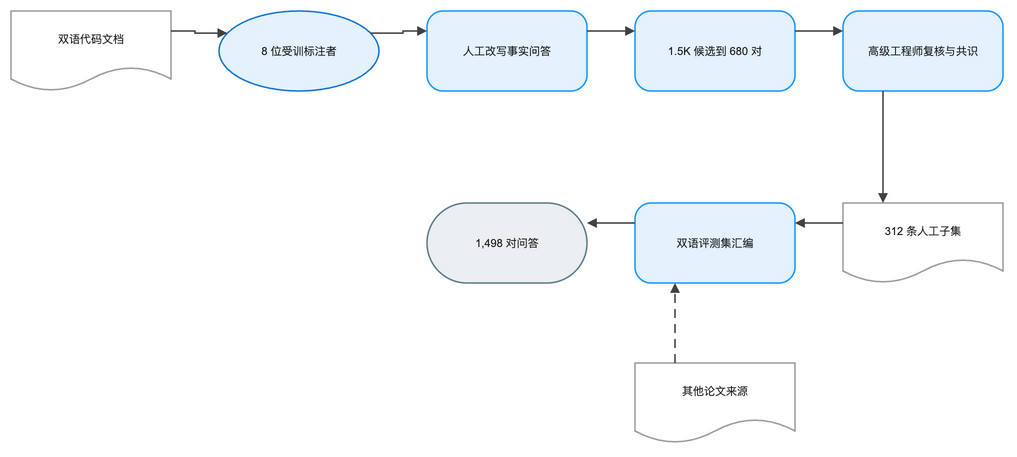
Before: client/public/drawio/CodeSimpleQA/CodeSimpleQA.zh.png, a diagram exported from draw.io (joe1chief/benchmark-hub). Source tidied: cells renumbered, new cells last; positions are measured from the earlier drawing's top-left corner, leaving out a move shared by most shapes.
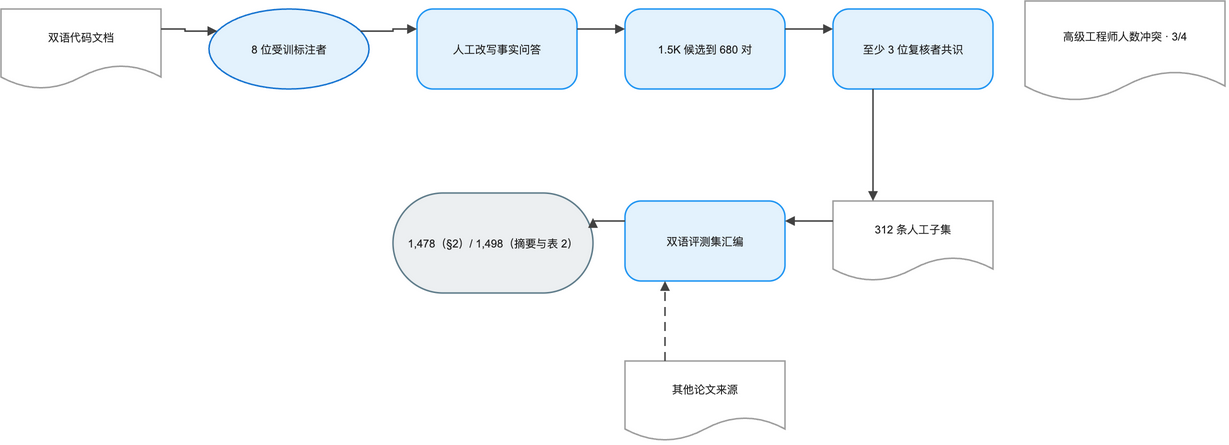
Above is the later version.

Diff of the diagram source:
```diff
@@ -1,57 +1,60 @@
-<mxGraphModel background="#FFFFFF" math="1">
+<mxGraphModel background="#FFFFFF">
   <root>
     <mxCell id="0" />
     <mxCell id="1" parent="0" />
-    <mxCell id="2" value="双语代码文档" style="shape=document;boundedLbl=1;html=1;whiteSpace=wrap;fillColor=#FFFFFF;strokeColor=#9E9E9E;strokeWidth=1.5;fontColor=#212121;fontSize=11;fontFamily=Arial, Helvetica, sans-serif;verticalAlign=middle;align=center;" parent="1" vertex="1">
+    <mxCell id="2" value="双语代码文档" style="shape=document;boundedLbl=1;html=0;convertToSvg=1;whiteSpace=wrap;fillColor=#FFFFFF;strokeColor=#9E9E9E;strokeWidth=1.5;fontColor=#212121;fontSize=11;fontFamily=Arial, Helvetica, sans-serif;verticalAlign=middle;align=center;" parent="1" vertex="1">
       <mxGeometry width="160" height="80" as="geometry" />
     </mxCell>
-    <mxCell id="3" value="8 位受训标注者" style="ellipse;html=1;whiteSpace=wrap;fillColor=#E3F2FD;strokeColor=#1976D2;strokeWidth=1.5;fontColor=#212121;fontSize=11;fontFamily=Arial, Helvetica, sans-serif;verticalAlign=middle;align=center;" parent="1" vertex="1">
+    <mxCell id="3" value="8 位受训标注者" style="ellipse;html=0;convertToSvg=1;whiteSpace=wrap;fillColor=#E3F2FD;strokeColor=#1976D2;strokeWidth=1.5;fontColor=#212121;fontSize=11;fontFamily=Arial, Helvetica, sans-serif;verticalAlign=middle;align=center;" parent="1" vertex="1">
       <mxGeometry x="208" width="160" height="80" as="geometry" />
     </mxCell>
-    <mxCell id="4" value="人工改写事实问答" style="rounded=1;arcSize=20;html=1;whiteSpace=wrap;fillColor=#E3F2FD;strokeColor=#2196F3;strokeWidth=1.5;fontColor=#212121;fontSize=11;fontFamily=Arial, Helvetica, sans-serif;verticalAlign=middle;align=center;" parent="1" vertex="1">
+    <mxCell id="4" value="人工改写事实问答" style="rounded=1;arcSize=20;html=0;convertToSvg=1;whiteSpace=wrap;fillColor=#E3F2FD;strokeColor=#2196F3;strokeWidth=1.5;fontColor=#212121;fontSize=11;fontFamily=Arial, Helvetica, sans-serif;verticalAlign=middle;align=center;" parent="1" vertex="1">
       <mxGeometry x="416" width="160" height="80" as="geometry" />
     </mxCell>
-    <mxCell id="5" value="1.5K 候选到 680 对" style="rounded=1;arcSize=20;html=1;whiteSpace=wrap;fillColor=#E3F2FD;strokeColor=#2196F3;strokeWidth=1.5;fontColor=#212121;fontSize=11;fontFamily=Arial, Helvetica, sans-serif;verticalAlign=middle;align=center;" parent="1" vertex="1">
+    <mxCell id="5" value="1.5K 候选到 680 对" style="rounded=1;arcSize=20;html=0;convertToSvg=1;whiteSpace=wrap;fillColor=#E3F2FD;strokeColor=#2196F3;strokeWidth=1.5;fontColor=#212121;fontSize=11;fontFamily=Arial, Helvetica, sans-serif;verticalAlign=middle;align=center;" parent="1" vertex="1">
       <mxGeometry x="624" width="160" height="80" as="geometry" />
     </mxCell>
-    <mxCell id="6" value="高级工程师复核与共识" style="rounded=1;arcSize=20;html=1;whiteSpace=wrap;fillColor=#E3F2FD;strokeColor=#2196F3;strokeWidth=1.5;fontColor=#212121;fontSize=11;fontFamily=Arial, Helvetica, sans-serif;verticalAlign=middle;align=center;" parent="1" vertex="1">
+    <mxCell id="6" value="至少 3 位复核者共识" style="rounded=1;arcSize=20;html=0;convertToSvg=1;whiteSpace=wrap;fillColor=#E3F2FD;strokeColor=#2196F3;strokeWidth=1.5;fontColor=#212121;fontSize=11;fontFamily=Arial, Helvetica, sans-serif;verticalAlign=middle;align=center;" parent="1" vertex="1">
       <mxGeometry x="832" width="160" height="80" as="geometry" />
     </mxCell>
-    <mxCell id="7" value="312 条人工子集" style="shape=document;boundedLbl=1;html=1;whiteSpace=wrap;fillColor=#FFFFFF;strokeColor=#9E9E9E;strokeWidth=1.5;fontColor=#212121;fontSize=11;fontFamily=Arial, Helvetica, sans-serif;verticalAlign=middle;align=center;" parent="1" vertex="1">
-      <mxGeometry x="832" y="192" width="160" height="80" as="geometry" />
+    <mxCell id="7" value="高级工程师人数冲突 · 3/4" style="shape=document;boundedLbl=1;html=0;convertToSvg=1;whiteSpace=wrap;fillColor=#FFFFFF;strokeColor=#9E9E9E;strokeWidth=1.5;fontColor=#212121;fontSize=11;fontFamily=Arial, Helvetica, sans-serif;verticalAlign=middle;align=center;" parent="1" vertex="1">
+      <mxGeometry x="1024" y="-8" width="200" height="100" as="geometry" />
     </mxCell>
-    <mxCell id="8" value="其他论文来源" style="shape=document;boundedLbl=1;html=1;whiteSpace=wrap;fillColor=#FFFFFF;strokeColor=#9E9E9E;strokeWidth=1.5;fontColor=#212121;fontSize=11;fontFamily=Arial, Helvetica, sans-serif;verticalAlign=middle;align=center;" parent="1" vertex="1">
-      <mxGeometry x="624" y="352" width="160" height="80" as="geometry" />
+    <mxCell id="8" value="312 条人工子集" style="shape=document;boundedLbl=1;html=0;convertToSvg=1;whiteSpace=wrap;fillColor=#FFFFFF;strokeColor=#9E9E9E;strokeWidth=1.5;fontColor=#212121;fontSize=11;fontFamily=Arial, Helvetica, sans-serif;verticalAlign=middle;align=center;" parent="1" vertex="1">
+      <mxGeometry x="832" y="192" width="160" height="80" as="geometry" />
     </mxCell>
-    <mxCell id="9" value="双语评测集汇编" style="rounded=1;arcSize=20;html=1;whiteSpace=wrap;fillColor=#E3F2FD;strokeColor=#2196F3;strokeWidth=1.5;fontColor=#212121;fontSize=11;fontFamily=Arial, Helvetica, sans-serif;verticalAlign=middle;align=center;" parent="1" vertex="1">
-      <mxGeometry x="624" y="192" width="160" height="80" as="geometry" />
+    <mxCell id="9" value="其他论文来源" style="shape=document;boundedLbl=1;html=0;convertToSvg=1;whiteSpace=wrap;fillColor=#FFFFFF;strokeColor=#9E9E9E;strokeWidth=1.5;fontColor=#212121;fontSize=11;fontFamily=Arial, Helvetica, sans-serif;verticalAlign=middle;align=center;" parent="1" vertex="1">
+      <mxGeometry x="624" y="352" width="160" height="80" as="geometry" />
     </mxCell>
-    <mxCell id="10" value="1,498 对问答" style="rounded=1;arcSize=50;html=1;whiteSpace=wrap;fillColor=#ECEFF1;strokeColor=#607D8B;strokeWidth=1.5;fontColor=#212121;fontSize=11;fontFamily=Arial, Helvetica, sans-serif;verticalAlign=middle;align=center;" parent="1" vertex="1">
-      <mxGeometry x="416" y="192" width="160" height="80" as="geometry" />
+    <mxCell id="10" value="双语评测集汇编" style="rounded=1;arcSize=20;html=0;convertToSvg=1;whiteSpace=wrap;fillColor=#E3F2FD;strokeColor=#2196F3;strokeWidth=1.5;fontColor=#212121;fontSize=11;fontFamily=Arial, Helvetica, sans-serif;verticalAlign=middle;align=center;" parent="1" vertex="1">
+      <mxGeometry x="624" y="192" width="160" height="80" as="geometry" />
     </mxCell>
-    <mxCell id="11" style="edgeStyle=orthogonalEdgeStyle;rounded=0;jettySize=auto;html=1;strokeColor=#424242;strokeWidth=1.5;endArrow=block;endFill=1;exitX=1;exitY=0.25;exitDx=0;exitDy=0;entryX=0;entryY=0.25;entryDx=0;entryDy=0;jumpStyle=arc;jumpSize=8;" parent="1" edge="1" source="2" target="3">
-      <mxGeometry relative="1" as="geometry" />
+    <mxCell id="11" value="1,478（§2）/ 1,498（摘要与表 2）" style="rounded=1;arcSize=50;html=0;convertToSvg=1;whiteSpace=wrap;fillColor=#ECEFF1;strokeColor=#607D8B;strokeWidth=1.5;fontColor=#212121;fontSize=11;fontFamily=Arial, Helvetica, sans-serif;verticalAlign=middle;align=center;" parent="1" vertex="1">
+      <mxGeometry x="392" y="184" width="200" height="100" as="geometry" />
     </mxCell>
-    <mxCell id="12" style="edgeStyle=orthogonalEdgeStyle;rounded=0;jettySize=auto;html=1;strokeColor=#424242;strokeWidth=1.5;endArrow=block;endFill=1;exitX=1;exitY=0.25;exitDx=0;exitDy=0;entryX=0;entryY=0.25;entryDx=0;entryDy=0;jumpStyle=arc;jumpSize=8;" parent="1" edge="1" source="3" target="4">
+    <mxCell id="12" style="edgeStyle=orthogonalEdgeStyle;rounded=0;jettySize=auto;html=0;convertToSvg=1;strokeColor=#424242;strokeWidth=1.5;endArrow=block;endFill=1;exitX=1;exitY=0.25;exitDx=0;exitDy=0;entryX=0;entryY=0.25;entryDx=0;entryDy=0;jumpStyle=arc;jumpSize=8;" parent="1" edge="1" source="2" target="3">
       <mxGeometry relative="1" as="geometry" />
     </mxCell>
-    <mxCell id="13" style="edgeStyle=orthogonalEdgeStyle;rounded=0;jettySize=auto;html=1;strokeColor=#424242;strokeWidth=1.5;endArrow=block;endFill=1;exitX=1;exitY=0.25;exitDx=0;exitDy=0;entryX=0;entryY=0.25;entryDx=0;entryDy=0;jumpStyle=arc;jumpSize=8;" parent="1" edge="1" source="4" target="5">
+    <mxCell id="13" style="edgeStyle=orthogonalEdgeStyle;rounded=0;jettySize=auto;html=0;convertToSvg=1;strokeColor=#424242;strokeWidth=1.5;endArrow=block;endFill=1;exitX=1;exitY=0.25;exitDx=0;exitDy=0;entryX=0;entryY=0.25;entryDx=0;entryDy=0;jumpStyle=arc;jumpSize=8;" parent="1" edge="1" source="3" target="4">
       <mxGeometry relative="1" as="geometry" />
     </mxCell>
-    <mxCell id="14" style="edgeStyle=orthogonalEdgeStyle;rounded=0;jettySize=auto;html=1;strokeColor=#424242;strokeWidth=1.5;endArrow=block;endFill=1;exitX=1;exitY=0.25;exitDx=0;exitDy=0;entryX=0;entryY=0.25;entryDx=0;entryDy=0;jumpStyle=arc;jumpSize=8;" parent="1" edge="1" source="5" target="6">
+    <mxCell id="14" style="edgeStyle=orthogonalEdgeStyle;rounded=0;jettySize=auto;html=0;convertToSvg=1;strokeColor=#424242;strokeWidth=1.5;endArrow=block;endFill=1;exitX=1;exitY=0.25;exitDx=0;exitDy=0;entryX=0;entryY=0.25;entryDx=0;entryDy=0;jumpStyle=arc;jumpSize=8;" parent="1" edge="1" source="4" target="5">
       <mxGeometry relative="1" as="geometry" />
     </mxCell>
-    <mxCell id="15" style="edgeStyle=orthogonalEdgeStyle;rounded=0;jettySize=auto;html=1;strokeColor=#424242;strokeWidth=1.5;endArrow=block;endFill=1;exitX=0.25;exitY=1;exitDx=0;exitDy=0;entryX=0.25;entryY=0;entryDx=0;entryDy=0;jumpStyle=arc;jumpSize=8;" parent="1" edge="1" source="6" target="7">
+    <mxCell id="15" style="edgeStyle=orthogonalEdgeStyle;rounded=0;jettySize=auto;html=0;convertToSvg=1;strokeColor=#424242;strokeWidth=1.5;endArrow=block;endFill=1;exitX=1;exitY=0.25;exitDx=0;exitDy=0;entryX=0;entryY=0.25;entryDx=0;entryDy=0;jumpStyle=arc;jumpSize=8;" parent="1" edge="1" source="5" target="6">
       <mxGeometry relative="1" as="geometry" />
     </mxCell>
-    <mxCell id="16" style="edgeStyle=orthogonalEdgeStyle;rounded=0;jettySize=auto;html=1;strokeColor=#424242;strokeWidth=1.5;endArrow=block;endFill=1;exitX=0;exitY=0.25;exitDx=0;exitDy=0;entryX=1;entryY=0.25;entryDx=0;entryDy=0;jumpStyle=arc;jumpSize=8;" parent="1" edge="1" source="7" target="9">
+    <mxCell id="16" style="edgeStyle=orthogonalEdgeStyle;rounded=0;jettySize=auto;html=0;convertToSvg=1;strokeColor=#424242;strokeWidth=1.5;endArrow=block;endFill=1;exitX=0.25;exitY=1;exitDx=0;exitDy=0;entryX=0.25;entryY=0;entryDx=0;entryDy=0;jumpStyle=arc;jumpSize=8;" parent="1" edge="1" source="6" target="8">
       <mxGeometry relative="1" as="geometry" />
     </mxCell>
-    <mxCell id="17" style="edgeStyle=orthogonalEdgeStyle;rounded=0;jettySize=auto;html=1;strokeColor=#424242;strokeWidth=1.5;endArrow=block;endFill=1;exitX=0.25;exitY=0;exitDx=0;exitDy=0;entryX=0.25;entryY=1;entryDx=0;entryDy=0;dashed=1;dashPattern=6 4;jumpStyle=arc;jumpSize=8;" parent="1" edge="1" source="8" target="9">
+    <mxCell id="17" style="edgeStyle=orthogonalEdgeStyle;rounded=0;jettySize=auto;html=0;convertToSvg=1;strokeColor=#424242;strokeWidth=1.5;endArrow=block;endFill=1;exitX=0;exitY=0.25;exitDx=0;exitDy=0;entryX=1;entryY=0.25;entryDx=0;entryDy=0;jumpStyle=arc;jumpSize=8;" parent="1" edge="1" source="8" target="10">
       <mxGeometry relative="1" as="geometry" />
     </mxCell>
-    <mxCell id="18" style="edgeStyle=orthogonalEdgeStyle;rounded=0;jettySize=auto;html=1;strokeColor=#424242;strokeWidth=1.5;endArrow=block;endFill=1;exitX=0;exitY=0.25;exitDx=0;exitDy=0;entryX=1;entryY=0.25;entryDx=0;entryDy=0;jumpStyle=arc;jumpSize=8;" parent="1" edge="1" source="9" target="10">
+    <mxCell id="18" style="edgeStyle=orthogonalEdgeStyle;rounded=0;jettySize=auto;html=0;convertToSvg=1;strokeColor=#424242;strokeWidth=1.5;endArrow=block;endFill=1;exitX=0.25;exitY=0;exitDx=0;exitDy=0;entryX=0.25;entryY=1;entryDx=0;entryDy=0;dashed=1;dashPattern=6 4;jumpStyle=arc;jumpSize=8;" parent="1" edge="1" source="9" target="10">
       <mxGeometry relative="1" as="geometry" />
     </mxCell>
+    <mxCell id="19" style="edgeStyle=orthogonalEdgeStyle;rounded=0;jettySize=auto;html=0;convertToSvg=1;strokeColor=#424242;strokeWidth=1.5;endArrow=block;endFill=1;exitX=0;exitY=0.25;exitDx=0;exitDy=0;entryX=1;entryY=0.25;entryDx=0;entryDy=0;jumpStyle=arc;jumpSize=8;" parent="1" edge="1" source="10" target="11">
+      <mxGeometry relative="1" as="geometry" />
+    </mxCell>
   </root>
 </mxGraphModel>
```
